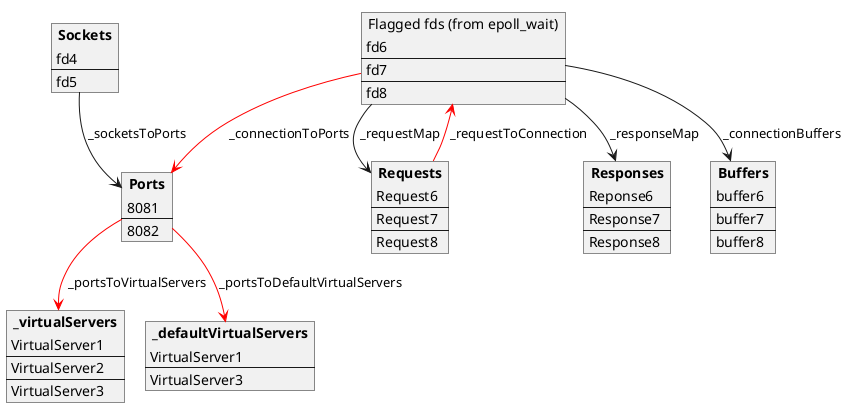
This is docs/webserverMaps.png from thaisnishimoto/42sp_Webserv, a PlantUML export, as it was before one commit.
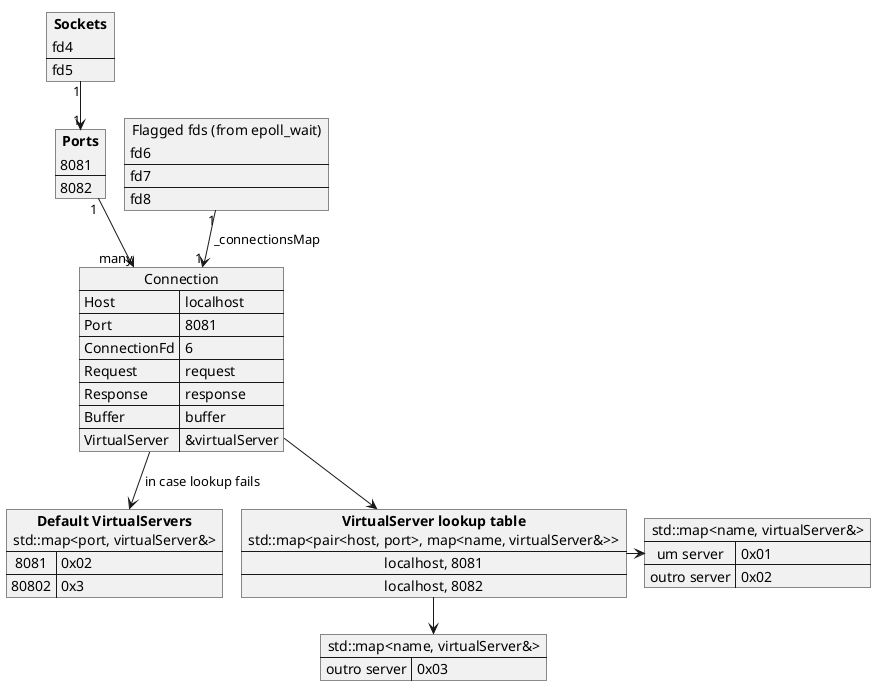
After the change.

Commit message:
docs: finding a virtualServer

Change to the diagram source:
```diff
@@ -1,13 +1,5 @@
 @startuml
 !pragma layout smetana
-
-json "<b>_virtualServers</b>" as virtualServers {
-["VirtualServer1", "VirtualServer2", "VirtualServer3"]
-}
-
-json "<b>_defaultVirtualServers</b>" as defaultVirtualServers {
-["VirtualServer1", "VirtualServer3"]
-}
 
 json "<b>Sockets</b>" as sockets {
 ["fd4", "fd5"]
@@ -21,26 +13,41 @@
 ["fd6", "fd7", "fd8"]
 }
 
-json "<b>Requests</b>" as requests {
-["Request6", "Request7", "Request8"]
+json "Connection" as connections {
+	"Host" : "localhost",
+	"Port" : 8081,
+	"ConnectionFd" : 6,
+	"Request" : "request",
+	"Response" : "response",
+	"Buffer" : "buffer",
+	"VirtualServer" : "&virtualServer"
 }
 
-json "<b>Responses</b>" as responses {
-["Reponse6", "Response7", "Response8"]
+map "std::map<name, virtualServer&>" as map2 {
+	um server => 0x01
+	outro server => 0x02
 }
 
-json "<b>Buffers</b>" as buffer {
-["buffer6", "buffer7", "buffer8"]
+map "std::map<name, virtualServer&>" as map3 {
+	outro server => 0x03
 }
 
-sockets --> ports : _socketsToPorts
-fds --> requests : _requestMap
-requests -[#red]-> fds : _requestToConnection
-fds --> responses : _responseMap
-fds --> buffer : _connectionBuffers
-fds -[#red]-> ports : _connectionToPorts
-ports -[#red]-> virtualServers : _portsToVirtualServers
-ports -[#red]-> defaultVirtualServers : _portsToDefaultVirtualServers
+map "<b>Default VirtualServers</b>\nstd::map<port, virtualServer&>" as defaultVirtualServers {
+	8081 => 0x02
+	80802 => 0x3
+}
+
+map "<b>VirtualServer lookup table</b>\nstd::map<pair<host, port>, map<name, virtualServer&>>" as vsLookupTable {
+	localhost, 8081 *-> map2
+	localhost, 8082 *--> map3
+}
+
+
+sockets "1" --> "1" ports
+ports "1" --> "many" connections
+fds "1" --> "1" connections : _connectionsMap
+connections --> vsLookupTable
+connections --> defaultVirtualServers : in case lookup fails
 
 
 @enduml
```
